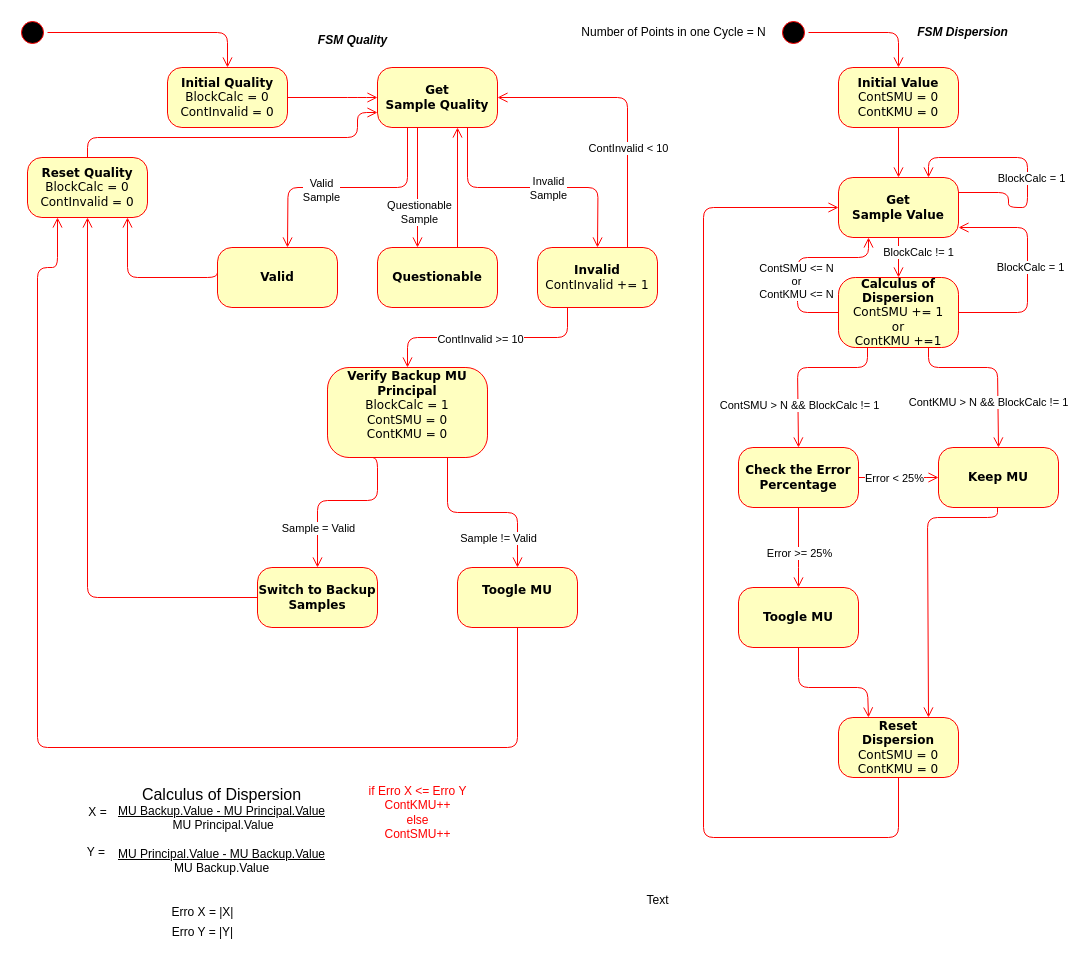
This is state_machine_tese.drawio from everton-oriente/IEC61850_9_2_SV, a draw.io file, before an edit. Source tidied: cells renumbered, new cells numbered last; positions are measured from the earlier drawing's top-left corner, leaving out a move shared by most shapes. Both pictures are drawn from the tidied source at 100%, with x=0, y=0 at pixel (17, 17).
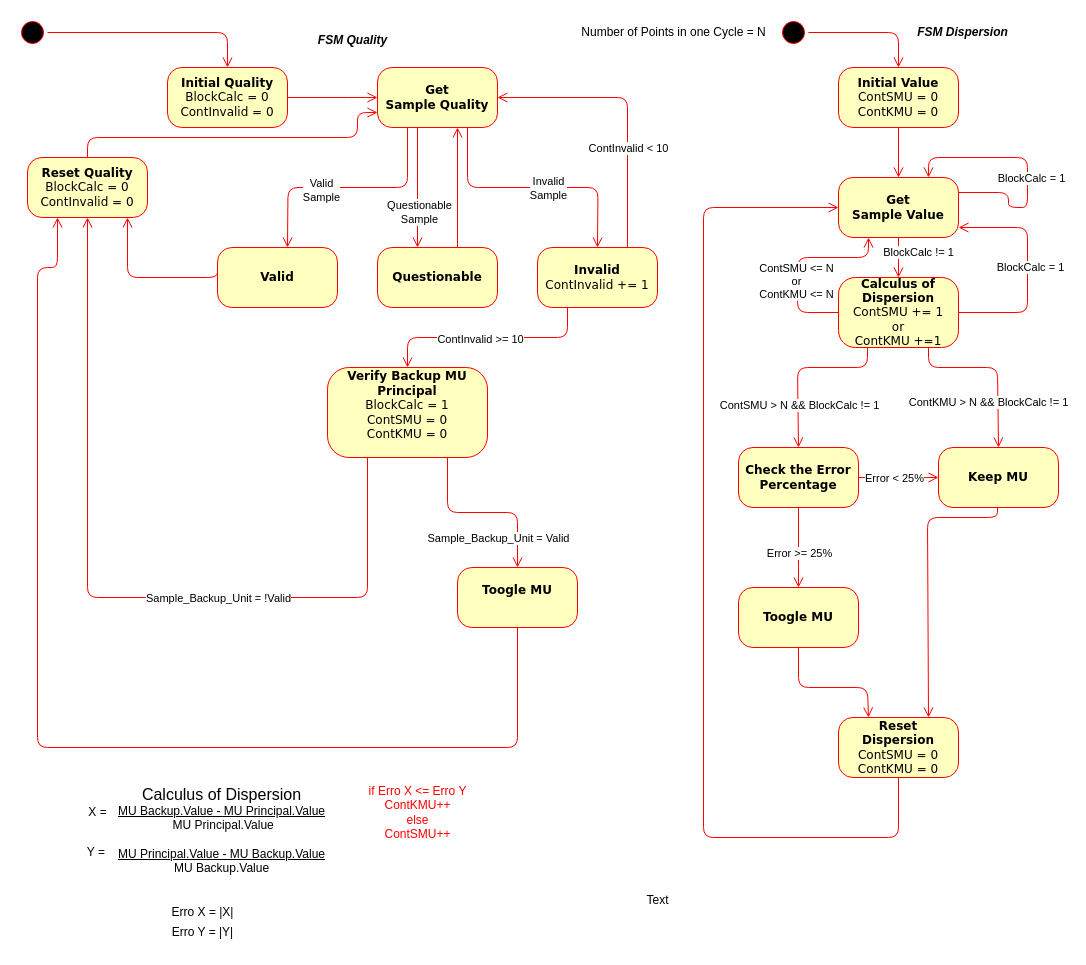
The same page after the edit.

The change refers to these unchanged cells:
```xml
<mxCell id="3" value="&lt;b&gt;Reset Quality&lt;/b&gt;&lt;br&gt;BlockCalc = 0&lt;br&gt;ContInvalid = 0" style="rounded=1;whiteSpace=wrap;html=1;arcSize=24;fillColor=#ffffc0;strokeColor=#ff0000;shadow=0;comic=0;labelBackgroundColor=none;fontFamily=Verdana;fontSize=12;fontColor=#000000;align=center;" parent="1" vertex="1">
  <mxGeometry x="10" y="140" width="120" height="60" as="geometry" />
</mxCell>
<mxCell id="21" value="&lt;b&gt;Verify Backup MU Principal&lt;/b&gt;&lt;br&gt;BlockCalc = 1&lt;div&gt;&lt;div&gt;ContSMU = 0&lt;br&gt;&lt;/div&gt;&lt;div&gt;ContKMU = 0&lt;/div&gt;&lt;div&gt;&lt;br&gt;&lt;/div&gt;&lt;/div&gt;" style="rounded=1;whiteSpace=wrap;html=1;arcSize=24;fillColor=#ffffc0;strokeColor=#ff0000;shadow=0;comic=0;labelBackgroundColor=none;fontFamily=Verdana;fontSize=12;fontColor=#000000;align=center;" parent="1" vertex="1">
  <mxGeometry x="310" y="350" width="160" height="90" as="geometry" />
</mxCell>
<mxCell id="35" style="edgeStyle=orthogonalEdgeStyle;html=1;exitX=0.75;exitY=1;labelBackgroundColor=none;endArrow=open;endSize=8;strokeColor=#ff0000;fontFamily=Verdana;fontSize=12;align=left;exitDx=0;exitDy=0;entryX=0.5;entryY=0;entryDx=0;entryDy=0;" parent="1" edge="1" source="21" target="31">
  <mxGeometry relative="1" as="geometry" />
</mxCell>
```

What changed in the source:
```diff
@@
-    <mxCell id="30" value="&lt;b&gt;Switch to Backup Samples&lt;/b&gt;" style="rounded=1;whiteSpace=wrap;html=1;arcSize=24;fillColor=#ffffc0;strokeColor=#ff0000;shadow=0;comic=0;labelBackgroundColor=none;fontFamily=Verdana;fontSize=12;fontColor=#000000;align=center;" parent="1" vertex="1">
-      <mxGeometry x="240" y="550" width="120" height="60" as="geometry" />
-    </mxCell>
@@
-    <mxCell id="33" style="edgeStyle=orthogonalEdgeStyle;html=1;entryX=0.5;entryY=0;labelBackgroundColor=none;endArrow=open;endSize=8;strokeColor=#ff0000;fontFamily=Verdana;fontSize=12;align=left;entryDx=0;entryDy=0;exitX=0.25;exitY=1;exitDx=0;exitDy=0;" parent="1" edge="1" source="21" target="30">
-      <mxGeometry relative="1" as="geometry">
-        <Array as="points">
-          <mxPoint x="360" y="483" />
-          <mxPoint x="300" y="483" />
-        </Array>
-      </mxGeometry>
-    </mxCell>
-    <mxCell id="34" value="Sample = Valid" style="edgeLabel;html=1;align=center;verticalAlign=middle;" parent="33" vertex="1">
-      <mxGeometry x="0.4" y="1" relative="1" as="geometry">
-        <mxPoint x="-1" y="14" as="offset" />
-      </mxGeometry>
-    </mxCell>
@@
-    <mxCell id="36" value="Sample != Valid" style="edgeLabel;html=1;align=center;verticalAlign=middle;" parent="35" vertex="1">
+    <mxCell id="36" value="Sample_Backup_Unit = Valid" style="edgeLabel;html=1;align=center;verticalAlign=middle;" parent="35" vertex="1">
       <mxGeometry x="0.4" y="1" relative="1" as="geometry">
         <mxPoint x="-21" y="24" as="offset" />
       </mxGeometry>
     </mxCell>
-    <mxCell id="37" value="&lt;div&gt;&lt;br/&gt;&lt;/div&gt;" style="edgeStyle=orthogonalEdgeStyle;html=1;labelBackgroundColor=none;endArrow=open;endSize=8;strokeColor=#ff0000;fontFamily=Verdana;fontSize=12;align=left;exitX=0;exitY=0.5;exitDx=0;exitDy=0;entryX=0.5;entryY=1;entryDx=0;entryDy=0;" parent="1" edge="1" source="30" target="3">
+    <mxCell id="37" value="&lt;div&gt;&lt;br/&gt;&lt;/div&gt;" style="edgeStyle=orthogonalEdgeStyle;html=1;labelBackgroundColor=none;endArrow=open;endSize=8;strokeColor=#ff0000;fontFamily=Verdana;fontSize=12;align=left;exitX=0.25;exitY=1;exitDx=0;exitDy=0;entryX=0.5;entryY=1;entryDx=0;entryDy=0;" parent="1" edge="1" source="21" target="3">
       <mxGeometry relative="1" as="geometry">
         <Array as="points">
+          <mxPoint x="350" y="580" />
           <mxPoint x="70" y="580" />
         </Array>
       </mxGeometry>
     </mxCell>
@@
+    <mxCell id="74" value="Sample_Backup_Unit = !Valid" style="edgeLabel;html=1;align=center;verticalAlign=middle;" parent="1" vertex="1">
+      <mxGeometry x="200" y="580" as="geometry" />
+    </mxCell>
```
